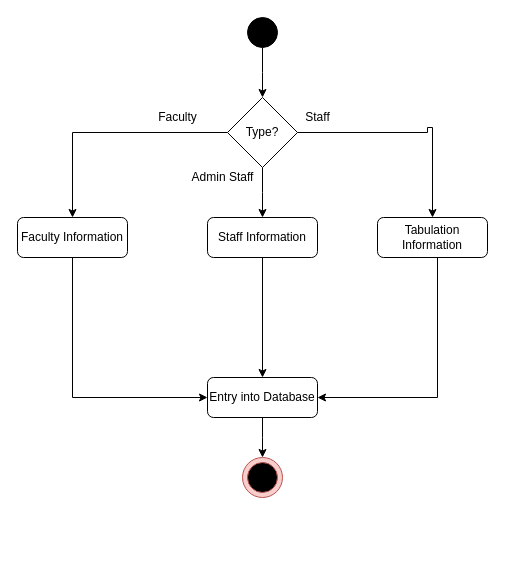
This is page "Act-3" (3 of 9) of Untitled Diagram.drawio from Tahsinoshin/test, a draw.io file, before an edit. Source tidied: cells renumbered, new cells numbered last; positions are measured from the earlier drawing's top-left corner, leaving out a move shared by most shapes. Both pictures are drawn from the tidied source at 100%, with x=0, y=0 at pixel (17, 17).
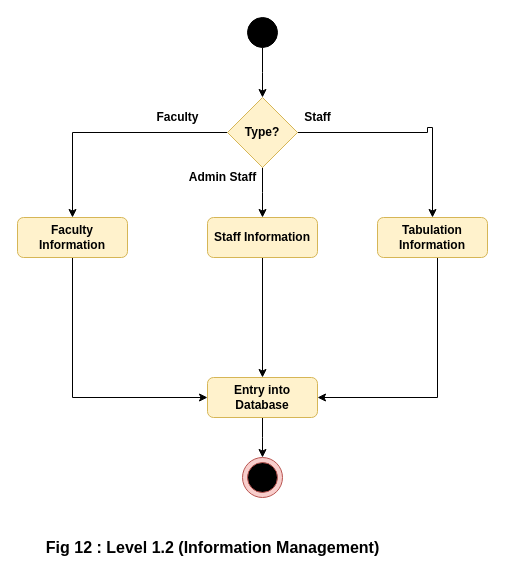
The same page after the edit.

What changed in the source:
```diff
@@
-    <mxCell id="7" value="Type?" style="rhombus;whiteSpace=wrap;html=1;fillColor=#FFFFFF;" parent="1" vertex="1">
+    <mxCell id="7" value="&lt;b&gt;Type?&lt;/b&gt;" style="rhombus;whiteSpace=wrap;html=1;fillColor=#fff2cc;strokeColor=#d6b656;" parent="1" vertex="1">
       <mxGeometry x="210" y="80" width="70" height="70" as="geometry" />
     </mxCell>
@@
-    <mxCell id="9" value="Faculty Information" style="rounded=1;whiteSpace=wrap;html=1;fillColor=#FFFFFF;" parent="1" vertex="1">
+    <mxCell id="9" value="&lt;b&gt;Faculty Information&lt;/b&gt;" style="rounded=1;whiteSpace=wrap;html=1;fillColor=#fff2cc;strokeColor=#d6b656;" parent="1" vertex="1">
       <mxGeometry y="200" width="110" height="40" as="geometry" />
     </mxCell>
@@
-    <mxCell id="11" value="Staff Information" style="rounded=1;whiteSpace=wrap;html=1;fillColor=#FFFFFF;" parent="1" vertex="1">
+    <mxCell id="11" value="&lt;b&gt;Staff Information&lt;/b&gt;" style="rounded=1;whiteSpace=wrap;html=1;fillColor=#fff2cc;strokeColor=#d6b656;" parent="1" vertex="1">
       <mxGeometry x="190" y="200" width="110" height="40" as="geometry" />
     </mxCell>
@@
-    <mxCell id="13" value="Tabulation Information" style="rounded=1;whiteSpace=wrap;html=1;fillColor=#FFFFFF;" parent="1" vertex="1">
+    <mxCell id="13" value="&lt;b&gt;Tabulation Information&lt;/b&gt;" style="rounded=1;whiteSpace=wrap;html=1;fillColor=#fff2cc;strokeColor=#d6b656;" parent="1" vertex="1">
       <mxGeometry x="360" y="200" width="110" height="40" as="geometry" />
     </mxCell>
-    <mxCell id="14" value="Faculty" style="text;html=1;align=center;verticalAlign=middle;strokeColor=none;fillColor=none;" parent="1" vertex="1">
-      <mxGeometry x="135" y="90" width="50" height="20" as="geometry" />
+    <mxCell id="14" value="&lt;b&gt;Faculty&lt;/b&gt;" style="text;html=1;align=center;verticalAlign=middle;strokeColor=none;fillColor=none;" parent="1" vertex="1">
+      <mxGeometry x="130" y="90" width="60" height="20" as="geometry" />
     </mxCell>
-    <mxCell id="15" value="Admin Staff" style="text;html=1;align=center;verticalAlign=middle;strokeColor=none;fillColor=none;" parent="1" vertex="1">
+    <mxCell id="15" value="&lt;b&gt;Admin Staff&lt;/b&gt;" style="text;html=1;align=center;verticalAlign=middle;strokeColor=none;fillColor=none;" parent="1" vertex="1">
       <mxGeometry x="165" y="150" width="80" height="20" as="geometry" />
     </mxCell>
-    <mxCell id="16" value="Staff" style="text;html=1;align=center;verticalAlign=middle;strokeColor=none;fillColor=none;" parent="1" vertex="1">
+    <mxCell id="16" value="&lt;b&gt;Staff&lt;/b&gt;" style="text;html=1;align=center;verticalAlign=middle;strokeColor=none;fillColor=none;" parent="1" vertex="1">
       <mxGeometry x="280" y="90" width="40" height="20" as="geometry" />
     </mxCell>
@@
-    <mxCell id="18" value="Entry into Database" style="rounded=1;whiteSpace=wrap;html=1;fillColor=#FFFFFF;" parent="1" vertex="1">
+    <mxCell id="18" value="&lt;b&gt;Entry into Database&lt;/b&gt;" style="rounded=1;whiteSpace=wrap;html=1;fillColor=#fff2cc;strokeColor=#d6b656;" parent="1" vertex="1">
       <mxGeometry x="190" y="360" width="110" height="40" as="geometry" />
     </mxCell>
@@
+    <mxCell id="21" value="&lt;b&gt;Fig 12 : Level 1.2 (Information Management)&lt;/b&gt;" style="text;html=1;align=center;verticalAlign=middle;strokeColor=none;fillColor=none;fontSize=16;" parent="1" vertex="1">
+      <mxGeometry x="20" y="520" width="350" height="20" as="geometry" />
+    </mxCell>
```
